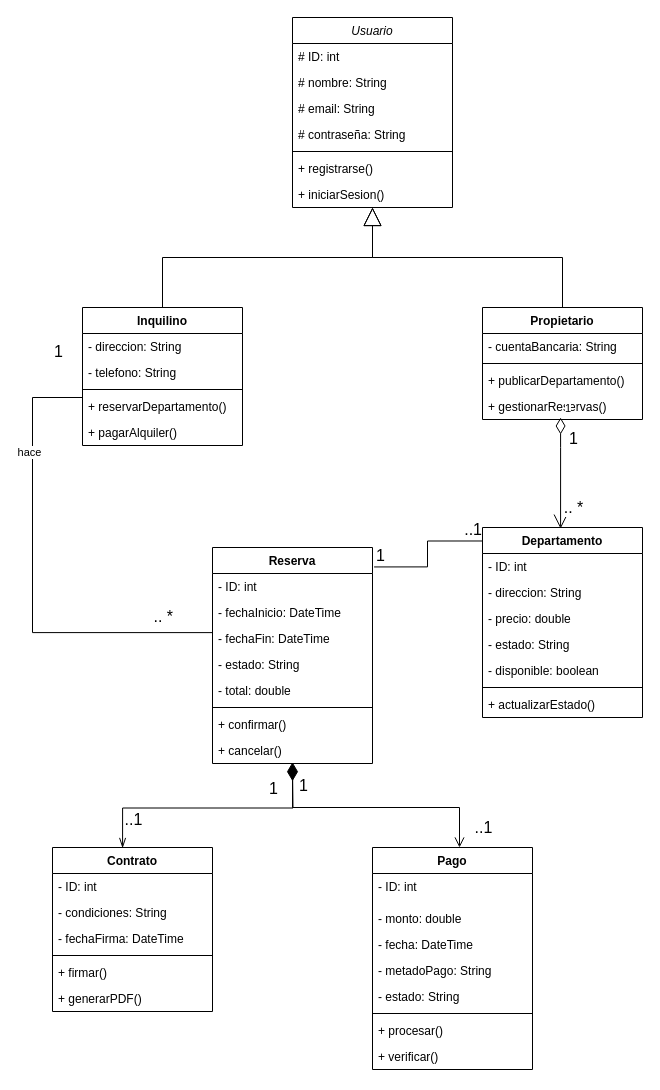
This is Diagrama sin título.drawio from NeyanPorras/TokenStudio, a draw.io file, before an edit. Source tidied: cells renumbered, new cells numbered last; positions are measured from the earlier drawing's top-left corner, leaving out a move shared by most shapes. Both pictures are drawn from the tidied source at 100%, with x=0, y=0 at pixel (32, 17).
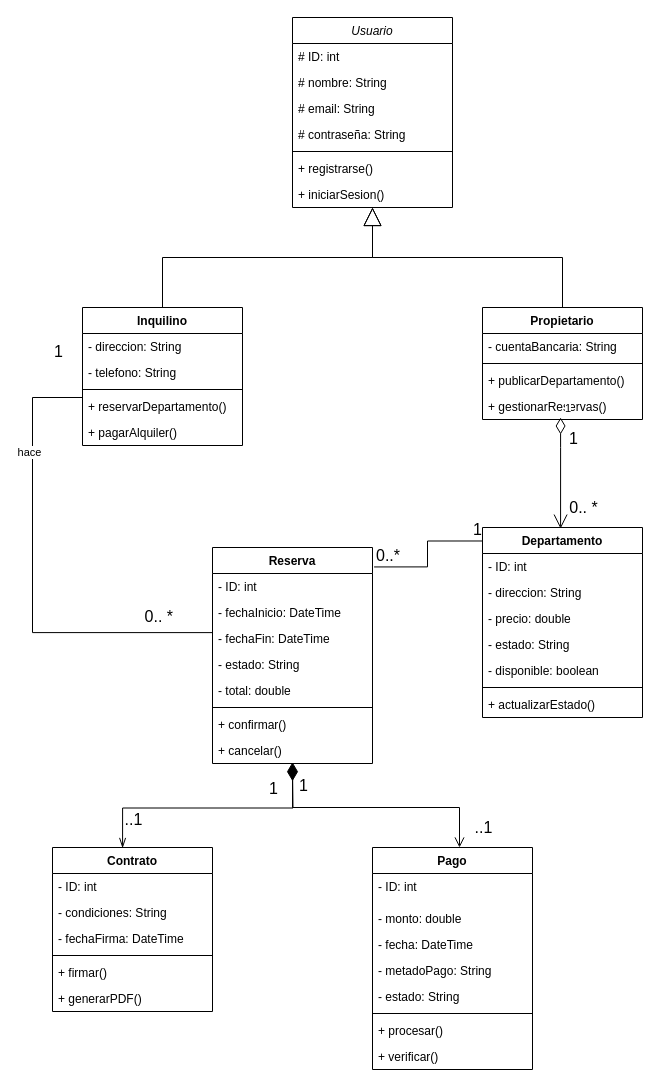
Above is the later version.

Commit message:
diagrama de clases

The change refers to these unchanged cells:
```xml
<mxCell id="32" style="endArrow=none;html=1;edgeStyle=orthogonalEdgeStyle;rounded=0;exitX=0;exitY=0.5;exitDx=0;exitDy=0;fontSize=16;entryX=-0.001;entryY=0.274;entryDx=0;entryDy=0;entryPerimeter=0;" parent="1" edge="1" target="26">
  <mxGeometry relative="1" as="geometry">
    <mxPoint x="50" y="380" as="sourcePoint" />
    <Array as="points">
      <mxPoint y="380" />
      <mxPoint y="615" />
      <mxPoint x="180" y="615" />
    </Array>
  </mxGeometry>
</mxCell>
<mxCell id="44" value="1" style="endArrow=open;html=1;endSize=12;startArrow=diamondThin;startSize=14;startFill=0;edgeStyle=orthogonalEdgeStyle;align=left;verticalAlign=bottom;rounded=0;exitX=0.488;exitY=0.923;exitDx=0;exitDy=0;exitPerimeter=0;entryX=0.488;entryY=0.006;entryDx=0;entryDy=0;entryPerimeter=0;" parent="1" edge="1" source="22" target="36">
  <mxGeometry x="-1" y="3" relative="1" as="geometry">
    <Array as="points">
      <mxPoint x="528" y="430" />
      <mxPoint x="528" y="430" />
    </Array>
  </mxGeometry>
</mxCell>
<mxCell id="47" style="endArrow=none;html=1;edgeStyle=orthogonalEdgeStyle;rounded=0;exitX=1.01;exitY=0.09;exitDx=0;exitDy=0;entryX=-0.002;entryY=0.071;entryDx=0;entryDy=0;entryPerimeter=0;exitPerimeter=0;" parent="1" edge="1" source="23" target="36">
  <mxGeometry relative="1" as="geometry" />
</mxCell>
```

Diff of the diagram source:
```diff
@@
-    <mxCell id="34" value=".. *" style="edgeLabel;html=1;align=right;verticalAlign=bottom;fontSize=16;" parent="32" vertex="1">
+    <mxCell id="34" value="0.. *" style="edgeLabel;html=1;align=right;verticalAlign=bottom;fontSize=16;" parent="32" vertex="1">
       <mxGeometry x="1" relative="1" as="geometry">
         <mxPoint x="-39" y="-5" as="offset" />
       </mxGeometry>
     </mxCell>
@@
-    <mxCell id="46" value=".. *" style="edgeLabel;html=1;align=center;verticalAlign=middle;fontSize=16;" parent="44" vertex="1">
+    <mxCell id="46" value="0&lt;span style=&quot;background-color: light-dark(#ffffff, var(--ge-dark-color, #121212)); color: light-dark(rgb(0, 0, 0), rgb(255, 255, 255));&quot;&gt;.. *&lt;/span&gt;" style="edgeLabel;html=1;align=center;verticalAlign=middle;fontSize=16;" parent="44" vertex="1">
       <mxGeometry x="0.44" relative="1" as="geometry">
-        <mxPoint x="12" y="10" as="offset" />
+        <mxPoint x="22" y="10" as="offset" />
       </mxGeometry>
     </mxCell>
@@
-    <mxCell id="48" value="1" style="edgeLabel;html=1;align=left;verticalAlign=bottom;fontSize=16;" parent="47" vertex="1">
+    <mxCell id="48" value="0..*" style="edgeLabel;html=1;align=left;verticalAlign=bottom;fontSize=16;" parent="47" vertex="1">
       <mxGeometry x="-1" relative="1" as="geometry" />
     </mxCell>
-    <mxCell id="49" value="..1" style="edgeLabel;html=1;align=right;verticalAlign=bottom;fontSize=16;" parent="47" vertex="1">
+    <mxCell id="49" value="1" style="edgeLabel;html=1;align=right;verticalAlign=bottom;fontSize=16;" parent="47" vertex="1">
       <mxGeometry x="1" relative="1" as="geometry" />
     </mxCell>
```
